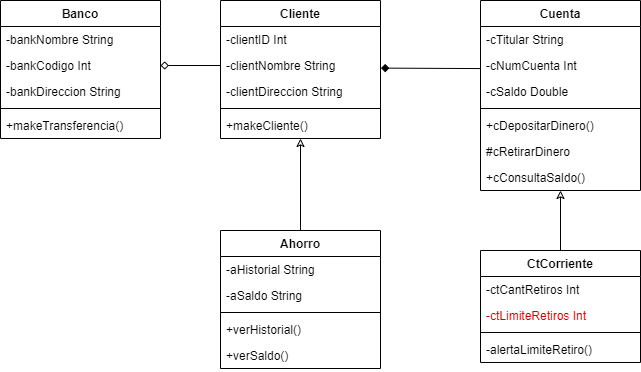
This is taller3.drawio.png from nlagos1/ejercicios_modelado, a draw.io export, as it was before one commit. Source tidied: cells renumbered, new cells last; positions are measured from the earlier drawing's top-left corner, leaving out a move shared by most shapes.
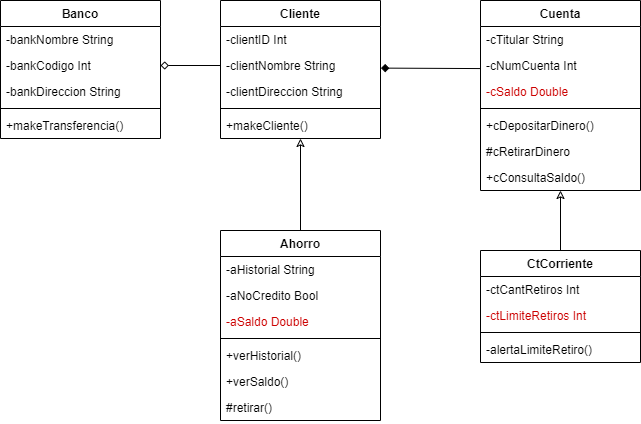
Later version of the same file.

What changed in the source:
```diff
@@ -32,7 +32,7 @@
     <mxCell id="11" value="-cNumCuenta Int" style="text;strokeColor=none;fillColor=none;align=left;verticalAlign=top;spacingLeft=4;spacingRight=4;overflow=hidden;points=[[0,0.5],[1,0.5]];portConstraint=eastwest;" parent="9" vertex="1">
       <mxGeometry y="52" width="160" height="26" as="geometry" />
     </mxCell>
-    <mxCell id="12" value="-cSaldo Double" style="text;strokeColor=none;fillColor=none;align=left;verticalAlign=top;spacingLeft=4;spacingRight=4;overflow=hidden;" parent="9" vertex="1">
+    <mxCell id="12" value="-cSaldo Double" style="text;strokeColor=none;fillColor=none;align=left;verticalAlign=top;spacingLeft=4;spacingRight=4;overflow=hidden;fontColor=#CC0000;" parent="9" vertex="1">
       <mxGeometry y="78" width="160" height="26" as="geometry" />
     </mxCell>
     <mxCell id="13" style="line;strokeWidth=1;fillColor=none;align=left;verticalAlign=middle;spacingTop=-1;spacingLeft=3;spacingRight=3;labelPosition=right;strokeColor=inherit;" parent="9" vertex="1">
@@ -84,23 +84,29 @@
       <mxGeometry y="86" width="160" height="26" as="geometry" />
     </mxCell>
     <mxCell id="29" value="Ahorro" style="swimlane;fontStyle=1;align=center;verticalAlign=top;horizontal=1;startSize=26;" parent="1" vertex="1">
-      <mxGeometry x="220" y="230" width="160" height="138" as="geometry" />
+      <mxGeometry x="220" y="230" width="160" height="190" as="geometry" />
     </mxCell>
     <mxCell id="30" value="-aHistorial String" style="text;strokeColor=none;fillColor=none;align=left;verticalAlign=top;spacingLeft=4;spacingRight=4;overflow=hidden;" parent="29" vertex="1">
       <mxGeometry y="26" width="160" height="26" as="geometry" />
     </mxCell>
+    <mxCell id="37" value="-aNoCredito Bool" style="text;strokeColor=none;fillColor=none;align=left;verticalAlign=top;spacingLeft=4;spacingRight=4;overflow=hidden;" parent="29" vertex="1">
+      <mxGeometry y="52" width="160" height="26" as="geometry" />
+    </mxCell>
-    <mxCell id="31" value="-aSaldo String" style="text;strokeColor=none;fillColor=none;align=left;verticalAlign=top;spacingLeft=4;spacingRight=4;overflow=hidden;" parent="29" vertex="1">
-      <mxGeometry y="52" width="160" height="26" as="geometry" />
+    <mxCell id="31" value="-aSaldo Double" style="text;strokeColor=none;fillColor=none;align=left;verticalAlign=top;spacingLeft=4;spacingRight=4;overflow=hidden;fontColor=#CC0000;" parent="29" vertex="1">
+      <mxGeometry y="78" width="160" height="26" as="geometry" />
     </mxCell>
     <mxCell id="32" style="line;strokeWidth=1;fillColor=none;align=left;verticalAlign=middle;spacingTop=-1;spacingLeft=3;spacingRight=3;labelPosition=right;strokeColor=inherit;" parent="29" vertex="1">
-      <mxGeometry y="78" width="160" height="8" as="geometry" />
+      <mxGeometry y="104" width="160" height="8" as="geometry" />
     </mxCell>
     <mxCell id="33" value="+verHistorial()" style="text;strokeColor=none;fillColor=none;align=left;verticalAlign=top;spacingLeft=4;spacingRight=4;overflow=hidden;" parent="29" vertex="1">
-      <mxGeometry y="86" width="160" height="26" as="geometry" />
+      <mxGeometry y="112" width="160" height="26" as="geometry" />
     </mxCell>
     <mxCell id="34" value="+verSaldo()" style="text;strokeColor=none;fillColor=none;align=left;verticalAlign=top;spacingLeft=4;spacingRight=4;overflow=hidden;" parent="29" vertex="1">
-      <mxGeometry y="112" width="160" height="26" as="geometry" />
+      <mxGeometry y="138" width="160" height="26" as="geometry" />
     </mxCell>
+    <mxCell id="38" value="#retirar()" style="text;strokeColor=none;fillColor=none;align=left;verticalAlign=top;spacingLeft=4;spacingRight=4;overflow=hidden;" parent="29" vertex="1">
+      <mxGeometry y="164" width="160" height="26" as="geometry" />
+    </mxCell>
     <mxCell id="35" style="edgeStyle=none;html=1;entryX=1.003;entryY=0.6;entryDx=0;entryDy=0;entryPerimeter=0;endArrow=diamond;endFill=1;exitX=0;exitY=0.618;exitDx=0;exitDy=0;exitPerimeter=0;" parent="1" edge="1" source="11" target="20">
       <mxGeometry relative="1" as="geometry" />
     </mxCell>
```
